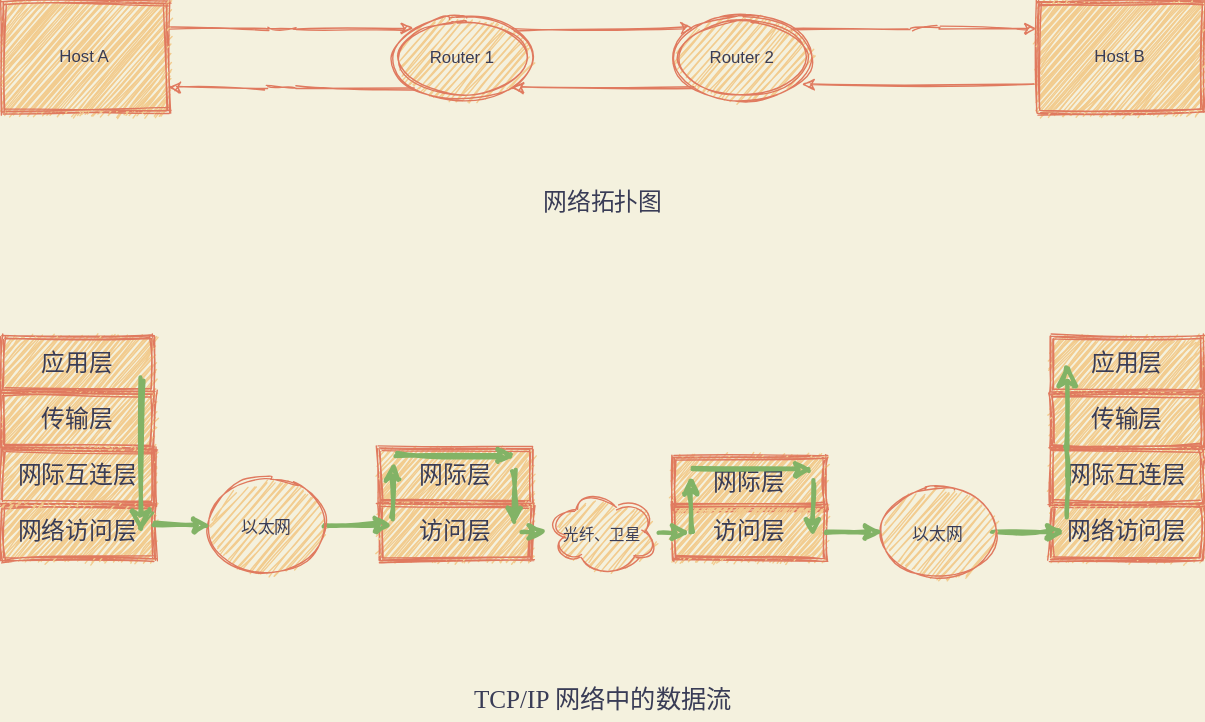
The draw.io diagram tcp-ip-network-data-flow.svg in baiyutang/draw, before a commit. Source tidied: cells renumbered, new cells last; positions are measured from the earlier drawing's top-left corner, leaving out a move shared by most shapes.
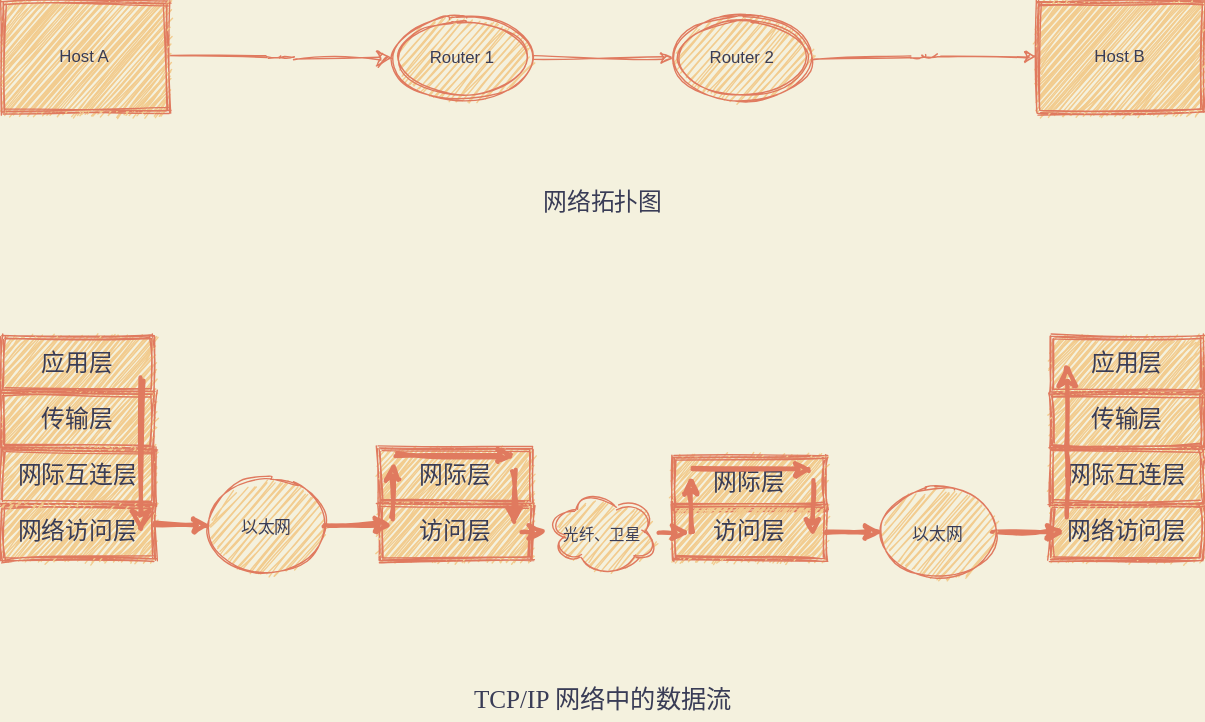
The same file after the commit.

The edit, as a diff of the source:
```diff
@@ -2,133 +2,124 @@
   <root>
     <mxCell id="0" />
     <mxCell id="1" parent="0" />
-    <mxCell id="2" style="edgeStyle=orthogonalEdgeStyle;curved=0;rounded=1;jettySize=auto;html=1;exitX=1;exitY=0.25;exitDx=0;exitDy=0;entryX=0;entryY=0;entryDx=0;entryDy=0;strokeColor=#E07A5F;fillColor=#F2CC8F;fontColor=#393C56;sketch=1;" parent="1" edge="1" source="3" target="6">
+    <mxCell id="2" style="edgeStyle=orthogonalEdgeStyle;curved=0;rounded=1;jumpSize=5;jettySize=auto;html=1;exitX=1;exitY=0.5;exitDx=0;exitDy=0;startSize=9;endSize=9;strokeColor=#E07A5F;strokeWidth=1;fillColor=#F2CC8F;fontFamily=Comic Sans MS;fontSize=18;fontColor=#393C56;entryX=0;entryY=0.5;entryDx=0;entryDy=0;labelBackgroundColor=#F4F1DE;sketch=1;" parent="1" edge="1" source="3" target="6">
       <mxGeometry relative="1" as="geometry" />
     </mxCell>
     <mxCell id="3" value="Host A" style="shape=ext;double=1;rounded=0;whiteSpace=wrap;html=1;strokeColor=#E07A5F;fillColor=#F2CC8F;fontColor=#393C56;sketch=1;" parent="1" vertex="1">
       <mxGeometry width="120" height="80" as="geometry" />
     </mxCell>
-    <mxCell id="4" style="edgeStyle=orthogonalEdgeStyle;curved=0;rounded=1;jettySize=auto;html=1;exitX=1;exitY=0;exitDx=0;exitDy=0;entryX=0;entryY=0;entryDx=0;entryDy=0;strokeColor=#E07A5F;fillColor=#F2CC8F;fontColor=#393C56;sketch=1;" parent="1" edge="1" source="6" target="9">
+    <mxCell id="4" style="edgeStyle=orthogonalEdgeStyle;curved=0;rounded=1;jettySize=auto;html=1;exitX=1;exitY=0.5;exitDx=0;exitDy=0;entryX=0;entryY=0.5;entryDx=0;entryDy=0;strokeColor=#E07A5F;fillColor=#F2CC8F;fontColor=#393C56;sketch=1;" parent="1" edge="1" source="6" target="9">
       <mxGeometry relative="1" as="geometry" />
     </mxCell>
-    <mxCell id="5" style="edgeStyle=orthogonalEdgeStyle;curved=0;rounded=1;jettySize=auto;html=1;exitX=0;exitY=1;exitDx=0;exitDy=0;strokeColor=#E07A5F;fillColor=#F2CC8F;fontColor=#393C56;entryX=1;entryY=0.775;entryDx=0;entryDy=0;entryPerimeter=0;sketch=1;" parent="1" edge="1" source="6" target="3">
-      <mxGeometry relative="1" as="geometry" />
-    </mxCell>
     <mxCell id="6" value="Router 1" style="ellipse;shape=doubleEllipse;whiteSpace=wrap;html=1;rounded=0;strokeColor=#E07A5F;fillColor=#F2CC8F;fontColor=#393C56;sketch=1;" parent="1" vertex="1">
       <mxGeometry x="280" y="11" width="100" height="60" as="geometry" />
     </mxCell>
-    <mxCell id="7" style="edgeStyle=orthogonalEdgeStyle;curved=0;rounded=1;jettySize=auto;html=1;exitX=1;exitY=0;exitDx=0;exitDy=0;entryX=0;entryY=0.25;entryDx=0;entryDy=0;strokeColor=#E07A5F;fillColor=#F2CC8F;fontColor=#393C56;sketch=1;" parent="1" edge="1" source="9" target="11">
+    <mxCell id="7" style="edgeStyle=orthogonalEdgeStyle;curved=0;rounded=1;jettySize=auto;html=1;exitX=1;exitY=0.5;exitDx=0;exitDy=0;entryX=0;entryY=0.5;entryDx=0;entryDy=0;strokeColor=#E07A5F;fillColor=#F2CC8F;fontColor=#393C56;sketch=1;" parent="1" edge="1" source="9" target="11">
       <mxGeometry relative="1" as="geometry" />
     </mxCell>
-    <mxCell id="8" style="edgeStyle=orthogonalEdgeStyle;curved=0;rounded=1;jettySize=auto;html=1;exitX=0;exitY=1;exitDx=0;exitDy=0;entryX=1;entryY=1;entryDx=0;entryDy=0;strokeColor=#E07A5F;fillColor=#F2CC8F;fontColor=#393C56;sketch=1;" parent="1" edge="1" source="9" target="6">
-      <mxGeometry relative="1" as="geometry" />
-    </mxCell>
     <mxCell id="9" value="Router 2" style="ellipse;shape=doubleEllipse;whiteSpace=wrap;html=1;rounded=0;strokeColor=#E07A5F;fillColor=#F2CC8F;fontColor=#393C56;sketch=1;" parent="1" vertex="1">
       <mxGeometry x="480" y="11" width="100" height="60" as="geometry" />
     </mxCell>
-    <mxCell id="10" style="edgeStyle=orthogonalEdgeStyle;curved=0;rounded=1;jettySize=auto;html=1;exitX=0;exitY=0.75;exitDx=0;exitDy=0;entryX=0.93;entryY=0.817;entryDx=0;entryDy=0;entryPerimeter=0;strokeColor=#E07A5F;fillColor=#F2CC8F;fontColor=#393C56;sketch=1;" parent="1" edge="1" source="11" target="9">
-      <mxGeometry relative="1" as="geometry" />
-    </mxCell>
     <mxCell id="11" value="Host B" style="shape=ext;double=1;rounded=0;whiteSpace=wrap;html=1;strokeColor=#E07A5F;fillColor=#F2CC8F;fontColor=#393C56;sketch=1;" parent="1" vertex="1">
       <mxGeometry x="740" width="120" height="80" as="geometry" />
     </mxCell>
-    <mxCell id="12" value="网络拓扑图" style="text;html=1;align=center;verticalAlign=middle;fillColor=none;strokeColor=none;rounded=0;sketch=1;fontColor=#393C56;fontSize=17;fontFamily=Comic Sans MS;" parent="1" vertex="1">
+    <mxCell id="12" value="网络拓扑图" style="text;html=1;align=center;verticalAlign=middle;fillColor=none;strokeColor=none;rounded=0;fontColor=#393C56;fontSize=17;fontFamily=Comic Sans MS;sketch=1;" parent="1" vertex="1">
       <mxGeometry x="380" y="130" width="100" height="30" as="geometry" />
     </mxCell>
-    <mxCell id="13" value="应用层" style="shape=ext;double=1;rounded=0;whiteSpace=wrap;html=1;sketch=1;strokeColor=#E07A5F;fillColor=#F2CC8F;fontFamily=Comic Sans MS;fontSize=17;fontColor=#393C56;" parent="1" vertex="1">
+    <mxCell id="13" value="应用层" style="shape=ext;double=1;rounded=0;whiteSpace=wrap;html=1;strokeColor=#E07A5F;fillColor=#F2CC8F;fontFamily=Comic Sans MS;fontSize=17;fontColor=#393C56;sketch=1;" parent="1" vertex="1">
       <mxGeometry y="240" width="110" height="40" as="geometry" />
     </mxCell>
-    <mxCell id="14" value="传输层" style="shape=ext;double=1;rounded=0;whiteSpace=wrap;html=1;sketch=1;strokeColor=#E07A5F;fillColor=#F2CC8F;fontFamily=Comic Sans MS;fontSize=17;fontColor=#393C56;" parent="1" vertex="1">
+    <mxCell id="14" value="传输层" style="shape=ext;double=1;rounded=0;whiteSpace=wrap;html=1;strokeColor=#E07A5F;fillColor=#F2CC8F;fontFamily=Comic Sans MS;fontSize=17;fontColor=#393C56;sketch=1;" parent="1" vertex="1">
       <mxGeometry y="280" width="110" height="40" as="geometry" />
     </mxCell>
-    <mxCell id="15" value="网络访问层" style="shape=ext;double=1;rounded=0;whiteSpace=wrap;html=1;sketch=1;strokeColor=#E07A5F;fillColor=#F2CC8F;fontFamily=Comic Sans MS;fontSize=17;fontColor=#393C56;" parent="1" vertex="1">
+    <mxCell id="15" value="网络访问层" style="shape=ext;double=1;rounded=0;whiteSpace=wrap;html=1;strokeColor=#E07A5F;fillColor=#F2CC8F;fontFamily=Comic Sans MS;fontSize=17;fontColor=#393C56;sketch=1;" parent="1" vertex="1">
       <mxGeometry y="360" width="110" height="40" as="geometry" />
     </mxCell>
-    <mxCell id="16" value="网际互连层" style="shape=ext;double=1;rounded=0;whiteSpace=wrap;html=1;sketch=1;strokeColor=#E07A5F;fillColor=#F2CC8F;fontFamily=Comic Sans MS;fontSize=17;fontColor=#393C56;" parent="1" vertex="1">
+    <mxCell id="16" value="网际互连层" style="shape=ext;double=1;rounded=0;whiteSpace=wrap;html=1;strokeColor=#E07A5F;fillColor=#F2CC8F;fontFamily=Comic Sans MS;fontSize=17;fontColor=#393C56;sketch=1;" parent="1" vertex="1">
       <mxGeometry y="320" width="110" height="40" as="geometry" />
     </mxCell>
-    <mxCell id="17" value="网际层" style="shape=ext;double=1;rounded=0;whiteSpace=wrap;html=1;sketch=1;strokeColor=#E07A5F;fillColor=#F2CC8F;fontFamily=Comic Sans MS;fontSize=17;fontColor=#393C56;" parent="1" vertex="1">
+    <mxCell id="17" value="网际层" style="shape=ext;double=1;rounded=0;whiteSpace=wrap;html=1;strokeColor=#E07A5F;fillColor=#F2CC8F;fontFamily=Comic Sans MS;fontSize=17;fontColor=#393C56;sketch=1;" parent="1" vertex="1">
       <mxGeometry x="270" y="320" width="110" height="40" as="geometry" />
     </mxCell>
-    <mxCell id="18" value="访问层" style="shape=ext;double=1;rounded=0;whiteSpace=wrap;html=1;sketch=1;strokeColor=#E07A5F;fillColor=#F2CC8F;fontFamily=Comic Sans MS;fontSize=17;fontColor=#393C56;" parent="1" vertex="1">
+    <mxCell id="18" value="访问层" style="shape=ext;double=1;rounded=0;whiteSpace=wrap;html=1;strokeColor=#E07A5F;fillColor=#F2CC8F;fontFamily=Comic Sans MS;fontSize=17;fontColor=#393C56;sketch=1;" parent="1" vertex="1">
       <mxGeometry x="270" y="360" width="110" height="40" as="geometry" />
     </mxCell>
-    <mxCell id="19" value="网际层" style="shape=ext;double=1;rounded=0;whiteSpace=wrap;html=1;sketch=1;strokeColor=#E07A5F;fillColor=#F2CC8F;fontFamily=Comic Sans MS;fontSize=17;fontColor=#393C56;" parent="1" vertex="1">
+    <mxCell id="19" value="网际层" style="shape=ext;double=1;rounded=0;whiteSpace=wrap;html=1;strokeColor=#E07A5F;fillColor=#F2CC8F;fontFamily=Comic Sans MS;fontSize=17;fontColor=#393C56;sketch=1;" parent="1" vertex="1">
       <mxGeometry x="480" y="325" width="110" height="40" as="geometry" />
     </mxCell>
-    <mxCell id="20" value="访问层" style="shape=ext;double=1;rounded=0;whiteSpace=wrap;html=1;sketch=1;strokeColor=#E07A5F;fillColor=#F2CC8F;fontFamily=Comic Sans MS;fontSize=17;fontColor=#393C56;" parent="1" vertex="1">
+    <mxCell id="20" value="访问层" style="shape=ext;double=1;rounded=0;whiteSpace=wrap;html=1;strokeColor=#E07A5F;fillColor=#F2CC8F;fontFamily=Comic Sans MS;fontSize=17;fontColor=#393C56;sketch=1;" parent="1" vertex="1">
       <mxGeometry x="480" y="360" width="110" height="40" as="geometry" />
     </mxCell>
-    <mxCell id="21" value="应用层" style="shape=ext;double=1;rounded=0;whiteSpace=wrap;html=1;sketch=1;strokeColor=#E07A5F;fillColor=#F2CC8F;fontFamily=Comic Sans MS;fontSize=17;fontColor=#393C56;" parent="1" vertex="1">
+    <mxCell id="21" value="应用层" style="shape=ext;double=1;rounded=0;whiteSpace=wrap;html=1;strokeColor=#E07A5F;fillColor=#F2CC8F;fontFamily=Comic Sans MS;fontSize=17;fontColor=#393C56;sketch=1;" parent="1" vertex="1">
       <mxGeometry x="750" y="240" width="110" height="40" as="geometry" />
     </mxCell>
-    <mxCell id="22" value="传输层" style="shape=ext;double=1;rounded=0;whiteSpace=wrap;html=1;sketch=1;strokeColor=#E07A5F;fillColor=#F2CC8F;fontFamily=Comic Sans MS;fontSize=17;fontColor=#393C56;" parent="1" vertex="1">
+    <mxCell id="22" value="传输层" style="shape=ext;double=1;rounded=0;whiteSpace=wrap;html=1;strokeColor=#E07A5F;fillColor=#F2CC8F;fontFamily=Comic Sans MS;fontSize=17;fontColor=#393C56;sketch=1;" parent="1" vertex="1">
       <mxGeometry x="750" y="280" width="110" height="40" as="geometry" />
     </mxCell>
-    <mxCell id="23" value="网络访问层" style="shape=ext;double=1;rounded=0;whiteSpace=wrap;html=1;sketch=1;strokeColor=#E07A5F;fillColor=#F2CC8F;fontFamily=Comic Sans MS;fontSize=17;fontColor=#393C56;" parent="1" vertex="1">
+    <mxCell id="23" value="网络访问层" style="shape=ext;double=1;rounded=0;whiteSpace=wrap;html=1;strokeColor=#E07A5F;fillColor=#F2CC8F;fontFamily=Comic Sans MS;fontSize=17;fontColor=#393C56;sketch=1;" parent="1" vertex="1">
       <mxGeometry x="750" y="360" width="110" height="40" as="geometry" />
     </mxCell>
-    <mxCell id="24" value="网际互连层" style="shape=ext;double=1;rounded=0;whiteSpace=wrap;html=1;sketch=1;strokeColor=#E07A5F;fillColor=#F2CC8F;fontFamily=Comic Sans MS;fontSize=17;fontColor=#393C56;" parent="1" vertex="1">
+    <mxCell id="24" value="网际互连层" style="shape=ext;double=1;rounded=0;whiteSpace=wrap;html=1;strokeColor=#E07A5F;fillColor=#F2CC8F;fontFamily=Comic Sans MS;fontSize=17;fontColor=#393C56;sketch=1;" parent="1" vertex="1">
       <mxGeometry x="750" y="320" width="110" height="40" as="geometry" />
     </mxCell>
-    <mxCell id="25" style="endArrow=classic;html=1;fillColor=#d5e8d4;fontFamily=Comic Sans MS;fontSize=18;fontColor=#393C56;endSize=9;startSize=9;jumpSize=5;strokeWidth=3;sketch=1;strokeColor=#82b366;" parent="1" edge="1">
+    <mxCell id="25" style="endArrow=classic;html=1;fillColor=#F2CC8F;fontFamily=Comic Sans MS;fontSize=18;fontColor=#393C56;endSize=9;startSize=9;jumpSize=5;strokeWidth=3;strokeColor=#E07A5F;labelBackgroundColor=#F4F1DE;sketch=1;" parent="1" edge="1">
       <mxGeometry relative="1" as="geometry">
         <mxPoint x="100" y="270" as="sourcePoint" />
         <mxPoint x="100" y="380" as="targetPoint" />
       </mxGeometry>
     </mxCell>
-    <mxCell id="26" style="endArrow=classic;html=1;strokeColor=#82b366;strokeWidth=3;fillColor=#d5e8d4;fontFamily=Comic Sans MS;fontSize=18;fontColor=#393C56;sketch=1;" parent="1" edge="1" source="39">
+    <mxCell id="26" style="endArrow=classic;html=1;strokeColor=#E07A5F;strokeWidth=3;fillColor=#F2CC8F;fontFamily=Comic Sans MS;fontSize=18;fontColor=#393C56;labelBackgroundColor=#F4F1DE;sketch=1;" parent="1" edge="1" source="39">
       <mxGeometry relative="1" as="geometry">
         <mxPoint x="280" y="374.5" as="targetPoint" />
       </mxGeometry>
     </mxCell>
-    <mxCell id="27" style="endArrow=classic;html=1;strokeColor=#82b366;strokeWidth=3;fillColor=#d5e8d4;fontFamily=Comic Sans MS;fontSize=18;fontColor=#393C56;sketch=1;" parent="1" edge="1">
+    <mxCell id="27" style="endArrow=classic;html=1;strokeColor=#E07A5F;strokeWidth=3;fillColor=#F2CC8F;fontFamily=Comic Sans MS;fontSize=18;fontColor=#393C56;labelBackgroundColor=#F4F1DE;sketch=1;" parent="1" edge="1">
       <mxGeometry relative="1" as="geometry">
         <mxPoint x="280" y="370" as="sourcePoint" />
         <mxPoint x="280" y="330" as="targetPoint" />
       </mxGeometry>
     </mxCell>
-    <mxCell id="28" style="endArrow=classic;html=1;strokeColor=#82b366;strokeWidth=3;fillColor=#d5e8d4;fontFamily=Comic Sans MS;fontSize=18;fontColor=#393C56;sketch=1;" parent="1" edge="1">
+    <mxCell id="28" style="endArrow=classic;html=1;strokeColor=#E07A5F;strokeWidth=3;fillColor=#F2CC8F;fontFamily=Comic Sans MS;fontSize=18;fontColor=#393C56;labelBackgroundColor=#F4F1DE;sketch=1;" parent="1" edge="1">
       <mxGeometry relative="1" as="geometry">
         <mxPoint x="282.5" y="325" as="sourcePoint" />
         <mxPoint x="367.5" y="325" as="targetPoint" />
       </mxGeometry>
     </mxCell>
-    <mxCell id="29" style="endArrow=classic;html=1;strokeColor=#82b366;strokeWidth=3;fillColor=#d5e8d4;fontFamily=Comic Sans MS;fontSize=18;fontColor=#393C56;sketch=1;" parent="1" edge="1">
+    <mxCell id="29" style="endArrow=classic;html=1;strokeColor=#E07A5F;strokeWidth=3;fillColor=#F2CC8F;fontFamily=Comic Sans MS;fontSize=18;fontColor=#393C56;labelBackgroundColor=#F4F1DE;sketch=1;" parent="1" edge="1">
       <mxGeometry relative="1" as="geometry">
         <mxPoint x="367" y="335" as="sourcePoint" />
         <mxPoint x="367" y="375" as="targetPoint" />
       </mxGeometry>
     </mxCell>
-    <mxCell id="30" style="endArrow=classic;html=1;strokeColor=#82b366;strokeWidth=3;fillColor=#d5e8d4;fontFamily=Comic Sans MS;fontSize=18;fontColor=#393C56;sketch=1;" parent="1" edge="1" source="37">
+    <mxCell id="30" style="endArrow=classic;html=1;strokeColor=#E07A5F;strokeWidth=3;fillColor=#F2CC8F;fontFamily=Comic Sans MS;fontSize=18;fontColor=#393C56;labelBackgroundColor=#F4F1DE;sketch=1;" parent="1" edge="1" source="37">
       <mxGeometry relative="1" as="geometry">
         <mxPoint x="492" y="380" as="targetPoint" />
       </mxGeometry>
     </mxCell>
-    <mxCell id="31" style="endArrow=classic;html=1;strokeColor=#82b366;strokeWidth=3;fillColor=#d5e8d4;fontFamily=Comic Sans MS;fontSize=18;fontColor=#393C56;sketch=1;" parent="1" edge="1">
+    <mxCell id="31" style="endArrow=classic;html=1;strokeColor=#E07A5F;strokeWidth=3;fillColor=#F2CC8F;fontFamily=Comic Sans MS;fontSize=18;fontColor=#393C56;labelBackgroundColor=#F4F1DE;sketch=1;" parent="1" edge="1">
       <mxGeometry relative="1" as="geometry">
         <mxPoint x="493" y="380" as="sourcePoint" />
         <mxPoint x="493" y="340" as="targetPoint" />
       </mxGeometry>
     </mxCell>
-    <mxCell id="32" style="endArrow=classic;html=1;strokeColor=#82b366;strokeWidth=3;fillColor=#d5e8d4;fontFamily=Comic Sans MS;fontSize=18;fontColor=#393C56;sketch=1;" parent="1" edge="1">
+    <mxCell id="32" style="endArrow=classic;html=1;strokeColor=#E07A5F;strokeWidth=3;fillColor=#F2CC8F;fontFamily=Comic Sans MS;fontSize=18;fontColor=#393C56;labelBackgroundColor=#F4F1DE;sketch=1;" parent="1" edge="1">
       <mxGeometry relative="1" as="geometry">
         <mxPoint x="495" y="335" as="sourcePoint" />
         <mxPoint x="580" y="335" as="targetPoint" />
       </mxGeometry>
     </mxCell>
-    <mxCell id="33" style="endArrow=classic;html=1;strokeColor=#82b366;strokeWidth=3;fillColor=#d5e8d4;fontFamily=Comic Sans MS;fontSize=18;fontColor=#393C56;sketch=1;" parent="1" edge="1">
+    <mxCell id="33" style="endArrow=classic;html=1;strokeColor=#E07A5F;strokeWidth=3;fillColor=#F2CC8F;fontFamily=Comic Sans MS;fontSize=18;fontColor=#393C56;labelBackgroundColor=#F4F1DE;sketch=1;" parent="1" edge="1">
       <mxGeometry relative="1" as="geometry">
         <mxPoint x="580" y="343" as="sourcePoint" />
         <mxPoint x="580" y="383" as="targetPoint" />
       </mxGeometry>
     </mxCell>
-    <mxCell id="34" style="endArrow=classic;html=1;strokeColor=#82b366;strokeWidth=3;fillColor=#d5e8d4;fontFamily=Comic Sans MS;fontSize=18;fontColor=#393C56;sketch=1;" parent="1" edge="1" source="41">
+    <mxCell id="34" style="endArrow=classic;html=1;strokeColor=#E07A5F;strokeWidth=3;fillColor=#F2CC8F;fontFamily=Comic Sans MS;fontSize=18;fontColor=#393C56;labelBackgroundColor=#F4F1DE;sketch=1;" parent="1" edge="1" source="41">
       <mxGeometry relative="1" as="geometry">
         <mxPoint x="760" y="379.5" as="targetPoint" />
       </mxGeometry>
     </mxCell>
-    <mxCell id="35" style="endArrow=classic;html=1;fillColor=#d5e8d4;fontFamily=Comic Sans MS;fontSize=18;fontColor=#393C56;endSize=9;startSize=9;jumpSize=5;strokeWidth=3;sketch=1;strokeColor=#82b366;" parent="1" edge="1">
+    <mxCell id="35" style="endArrow=classic;html=1;fillColor=#F2CC8F;fontFamily=Comic Sans MS;fontSize=18;fontColor=#393C56;endSize=9;startSize=9;jumpSize=5;strokeWidth=3;strokeColor=#E07A5F;labelBackgroundColor=#F4F1DE;sketch=1;" parent="1" edge="1">
       <mxGeometry relative="1" as="geometry">
         <mxPoint x="762" y="370" as="sourcePoint" />
         <mxPoint x="762" y="260" as="targetPoint" />
@@ -137,29 +128,29 @@
         </Array>
       </mxGeometry>
     </mxCell>
-    <mxCell id="36" value="TCP/IP 网络中的数据流" style="text;html=1;align=center;verticalAlign=middle;fillColor=none;strokeColor=none;rounded=0;sketch=1;fontFamily=Comic Sans MS;fontSize=18;fontColor=#393C56;" parent="1" vertex="1">
+    <mxCell id="36" value="TCP/IP 网络中的数据流" style="text;html=1;align=center;verticalAlign=middle;fillColor=none;strokeColor=none;rounded=0;fontFamily=Comic Sans MS;fontSize=18;fontColor=#393C56;sketch=1;" parent="1" vertex="1">
       <mxGeometry x="325" y="485" width="210" height="30" as="geometry" />
     </mxCell>
-    <mxCell id="37" value="&lt;font style=&quot;font-size: 11px&quot;&gt;光纤、卫星&lt;/font&gt;" style="ellipse;shape=cloud;whiteSpace=wrap;html=1;rounded=0;sketch=1;strokeColor=#E07A5F;fillColor=#F2CC8F;fontFamily=Comic Sans MS;fontSize=18;fontColor=#393C56;" parent="1" vertex="1">
+    <mxCell id="37" value="&lt;font style=&quot;font-size: 11px&quot;&gt;光纤、卫星&lt;/font&gt;" style="ellipse;shape=cloud;whiteSpace=wrap;html=1;rounded=0;strokeColor=#E07A5F;fillColor=#F2CC8F;fontFamily=Comic Sans MS;fontSize=18;fontColor=#393C56;sketch=1;" parent="1" vertex="1">
       <mxGeometry x="390" y="350" width="80" height="60" as="geometry" />
     </mxCell>
-    <mxCell id="38" style="endArrow=classic;html=1;strokeColor=#82b366;strokeWidth=3;fillColor=#d5e8d4;fontFamily=Comic Sans MS;fontSize=18;fontColor=#393C56;sketch=1;" parent="1" edge="1" target="37">
+    <mxCell id="38" style="endArrow=classic;html=1;strokeColor=#E07A5F;strokeWidth=3;fillColor=#F2CC8F;fontFamily=Comic Sans MS;fontSize=18;fontColor=#393C56;labelBackgroundColor=#F4F1DE;sketch=1;" parent="1" edge="1" target="37">
       <mxGeometry relative="1" as="geometry">
         <mxPoint x="372" y="379.5" as="sourcePoint" />
       </mxGeometry>
     </mxCell>
-    <mxCell id="39" value="&lt;font style=&quot;font-size: 12px&quot;&gt;以太网&lt;/font&gt;" style="ellipse;whiteSpace=wrap;html=1;rounded=0;sketch=1;strokeColor=#E07A5F;fillColor=#F2CC8F;fontFamily=Comic Sans MS;fontSize=18;fontColor=#393C56;" parent="1" vertex="1">
+    <mxCell id="39" value="&lt;font style=&quot;font-size: 12px&quot;&gt;以太网&lt;/font&gt;" style="ellipse;whiteSpace=wrap;html=1;rounded=0;strokeColor=#E07A5F;fillColor=#F2CC8F;fontFamily=Comic Sans MS;fontSize=18;fontColor=#393C56;sketch=1;" parent="1" vertex="1">
       <mxGeometry x="150" y="340" width="80" height="70" as="geometry" />
     </mxCell>
-    <mxCell id="40" style="endArrow=classic;html=1;strokeColor=#82b366;strokeWidth=3;fillColor=#d5e8d4;fontFamily=Comic Sans MS;fontSize=18;fontColor=#393C56;sketch=1;" parent="1" edge="1" target="39">
+    <mxCell id="40" style="endArrow=classic;html=1;strokeColor=#E07A5F;strokeWidth=3;fillColor=#F2CC8F;fontFamily=Comic Sans MS;fontSize=18;fontColor=#393C56;labelBackgroundColor=#F4F1DE;sketch=1;" parent="1" edge="1" target="39">
       <mxGeometry relative="1" as="geometry">
         <mxPoint x="110" y="374.5" as="sourcePoint" />
       </mxGeometry>
     </mxCell>
-    <mxCell id="41" value="&lt;font style=&quot;font-size: 12px&quot;&gt;以太网&lt;/font&gt;" style="ellipse;whiteSpace=wrap;html=1;rounded=0;sketch=1;strokeColor=#E07A5F;fillColor=#F2CC8F;fontFamily=Comic Sans MS;fontSize=18;fontColor=#393C56;" parent="1" vertex="1">
+    <mxCell id="41" value="&lt;font style=&quot;font-size: 12px&quot;&gt;以太网&lt;/font&gt;" style="ellipse;whiteSpace=wrap;html=1;rounded=0;strokeColor=#E07A5F;fillColor=#F2CC8F;fontFamily=Comic Sans MS;fontSize=18;fontColor=#393C56;sketch=1;" parent="1" vertex="1">
       <mxGeometry x="630" y="347.5" width="80" height="65" as="geometry" />
     </mxCell>
-    <mxCell id="42" style="endArrow=classic;html=1;strokeColor=#82b366;strokeWidth=3;fillColor=#d5e8d4;fontFamily=Comic Sans MS;fontSize=18;fontColor=#393C56;sketch=1;" parent="1" edge="1" target="41">
+    <mxCell id="42" style="endArrow=classic;html=1;strokeColor=#E07A5F;strokeWidth=3;fillColor=#F2CC8F;fontFamily=Comic Sans MS;fontSize=18;fontColor=#393C56;labelBackgroundColor=#F4F1DE;sketch=1;" parent="1" edge="1" target="41">
       <mxGeometry relative="1" as="geometry">
         <mxPoint x="590" y="379.5" as="sourcePoint" />
       </mxGeometry>
```
